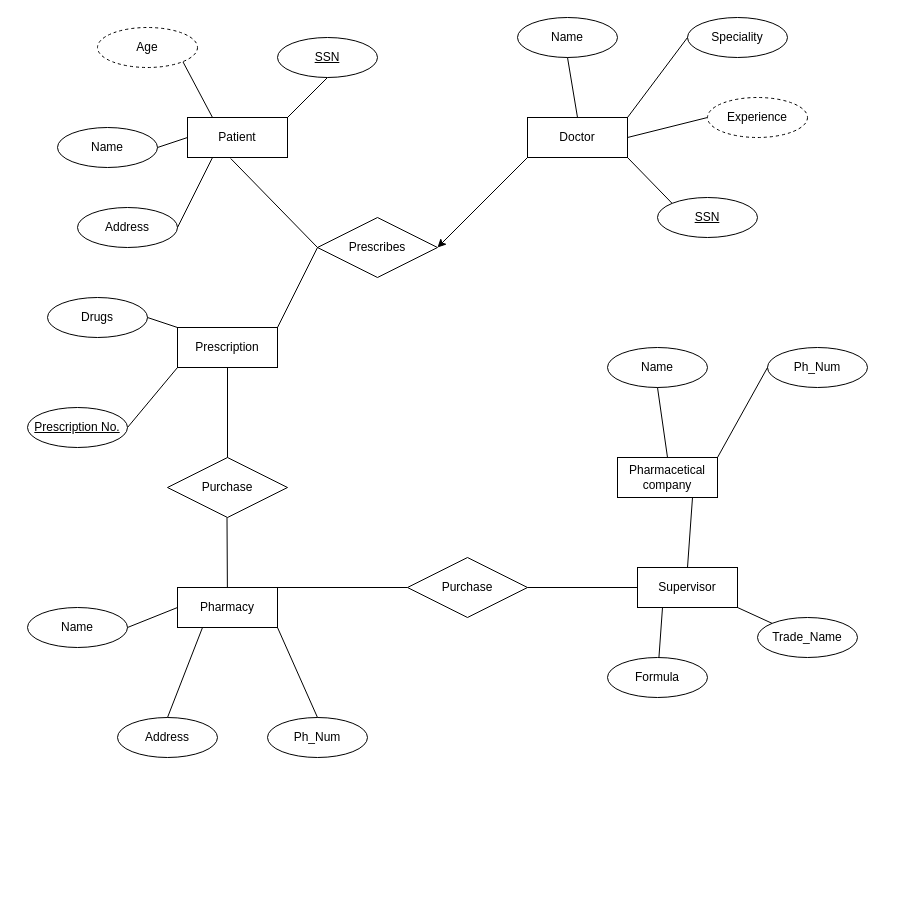
Before: pharmacy.drawio in MuraliMK19/Disp, a draw.io diagram. Source tidied: cells renumbered, new cells numbered last; positions are measured from the earlier drawing's top-left corner, leaving out a move shared by most shapes. Both pictures are drawn from the tidied source at 100%, with x=0, y=0 at pixel (27, 17).
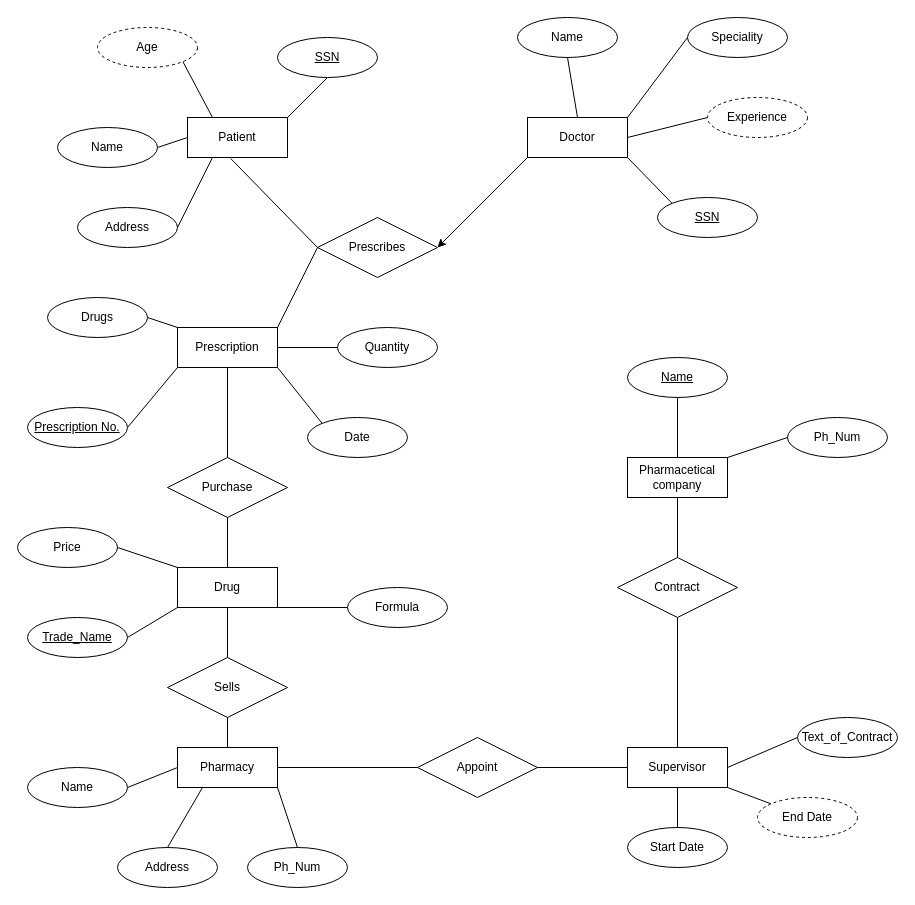
The same page after the edit.

Unchanged cells that the change refers to:
```xml
<mxCell id="7" value="Prescription" style="whiteSpace=wrap;html=1;align=center;" parent="1" vertex="1">
  <mxGeometry x="150" y="310" width="100" height="40" as="geometry" />
</mxCell>
<mxCell id="11" value="Purchase" style="shape=rhombus;perimeter=rhombusPerimeter;whiteSpace=wrap;html=1;align=center;" parent="1" vertex="1">
  <mxGeometry x="140" y="440" width="120" height="60" as="geometry" />
</mxCell>
```

Change to the diagram source:
```diff
@@
     <mxCell id="2" value="Supervisor" style="whiteSpace=wrap;html=1;align=center;" parent="1" vertex="1">
-      <mxGeometry x="610" y="550" width="100" height="40" as="geometry" />
+      <mxGeometry x="600" y="730" width="100" height="40" as="geometry" />
     </mxCell>
@@
     <mxCell id="4" value="Pharmacetical company" style="whiteSpace=wrap;html=1;align=center;" parent="1" vertex="1">
-      <mxGeometry x="590" y="440" width="100" height="40" as="geometry" />
+      <mxGeometry x="600" y="440" width="100" height="40" as="geometry" />
     </mxCell>
@@
     <mxCell id="6" value="Pharmacy" style="whiteSpace=wrap;html=1;align=center;" parent="1" vertex="1">
-      <mxGeometry x="150" y="570" width="100" height="40" as="geometry" />
+      <mxGeometry x="150" y="730" width="100" height="40" as="geometry" />
     </mxCell>
@@
-    <mxCell id="13" style="endArrow=none;html=1;rounded=0;exitX=0.5;exitY=1;exitDx=0;exitDy=0;" parent="1" edge="1" target="6">
+    <mxCell id="13" style="endArrow=none;html=1;rounded=0;entryX=0.5;entryY=0;entryDx=0;entryDy=0;" parent="1" edge="1" target="58">
       <mxGeometry relative="1" as="geometry">
-        <mxPoint x="199.5" y="500" as="sourcePoint" />
+        <mxPoint x="200" y="580" as="sourcePoint" />
       </mxGeometry>
     </mxCell>
@@
-    <mxCell id="15" value="Purchase" style="shape=rhombus;perimeter=rhombusPerimeter;whiteSpace=wrap;html=1;align=center;" parent="1" vertex="1">
-      <mxGeometry x="380" y="540" width="120" height="60" as="geometry" />
+    <mxCell id="15" value="Appoint" style="shape=rhombus;perimeter=rhombusPerimeter;whiteSpace=wrap;html=1;align=center;" parent="1" vertex="1">
+      <mxGeometry x="390" y="720" width="120" height="60" as="geometry" />
     </mxCell>
-    <mxCell id="16" style="endArrow=none;html=1;rounded=0;entryX=0;entryY=0.5;entryDx=0;entryDy=0;" parent="1" edge="1" target="15">
-      <mxGeometry relative="1" as="geometry">
-        <mxPoint x="250" y="570" as="sourcePoint" />
-      </mxGeometry>
+    <mxCell id="16" style="endArrow=none;html=1;rounded=0;entryX=0;entryY=0.5;entryDx=0;entryDy=0;exitX=1;exitY=0.5;exitDx=0;exitDy=0;" parent="1" edge="1" source="6" target="15">
+      <mxGeometry relative="1" as="geometry" />
     </mxCell>
@@
-    <mxCell id="18" style="endArrow=none;html=1;rounded=0;entryX=0.5;entryY=0;entryDx=0;entryDy=0;exitX=0.75;exitY=1;exitDx=0;exitDy=0;" parent="1" edge="1" source="4" target="2">
+    <mxCell id="18" style="endArrow=none;html=1;rounded=0;entryX=0.5;entryY=0;entryDx=0;entryDy=0;exitX=0.5;exitY=1;exitDx=0;exitDy=0;" parent="1" edge="1" source="53" target="2">
       <mxGeometry relative="1" as="geometry" />
     </mxCell>
@@
-    <mxCell id="22" value="Name" style="ellipse;whiteSpace=wrap;html=1;align=center;" parent="1" vertex="1">
-      <mxGeometry x="580" y="330" width="100" height="40" as="geometry" />
-    </mxCell>
     <mxCell id="23" value="Address" style="ellipse;whiteSpace=wrap;html=1;align=center;" parent="1" vertex="1">
-      <mxGeometry x="90" y="700" width="100" height="40" as="geometry" />
+      <mxGeometry x="90" y="830" width="100" height="40" as="geometry" />
     </mxCell>
     <mxCell id="24" value="Name" style="ellipse;whiteSpace=wrap;html=1;align=center;" parent="1" vertex="1">
-      <mxGeometry y="590" width="100" height="40" as="geometry" />
+      <mxGeometry y="750" width="100" height="40" as="geometry" />
     </mxCell>
     <mxCell id="25" value="Ph_Num" style="ellipse;whiteSpace=wrap;html=1;align=center;" parent="1" vertex="1">
-      <mxGeometry x="740" y="330" width="100" height="40" as="geometry" />
+      <mxGeometry x="760" y="400" width="100" height="40" as="geometry" />
     </mxCell>
-    <mxCell id="26" value="Trade_Name" style="ellipse;whiteSpace=wrap;html=1;align=center;" parent="1" vertex="1">
-      <mxGeometry x="730" y="600" width="100" height="40" as="geometry" />
+    <mxCell id="26" value="Text_of_Contract" style="ellipse;whiteSpace=wrap;html=1;align=center;" parent="1" vertex="1">
+      <mxGeometry x="770" y="700" width="100" height="40" as="geometry" />
     </mxCell>
-    <mxCell id="27" value="Formula" style="ellipse;whiteSpace=wrap;html=1;align=center;" parent="1" vertex="1">
-      <mxGeometry x="580" y="640" width="100" height="40" as="geometry" />
+    <mxCell id="27" value="Start Date" style="ellipse;whiteSpace=wrap;html=1;align=center;" parent="1" vertex="1">
+      <mxGeometry x="600" y="810" width="100" height="40" as="geometry" />
     </mxCell>
@@
-    <mxCell id="46" style="endArrow=none;html=1;rounded=0;exitX=0;exitY=0;exitDx=0;exitDy=0;entryX=1;entryY=1;entryDx=0;entryDy=0;" parent="1" edge="1" source="26" target="2">
+    <mxCell id="46" style="endArrow=none;html=1;rounded=0;exitX=0;exitY=0.5;exitDx=0;exitDy=0;entryX=1;entryY=0.5;entryDx=0;entryDy=0;" parent="1" edge="1" source="26" target="2">
       <mxGeometry relative="1" as="geometry" />
     </mxCell>
-    <mxCell id="47" style="endArrow=none;html=1;rounded=0;entryX=0.25;entryY=1;entryDx=0;entryDy=0;" parent="1" edge="1" source="27" target="2">
+    <mxCell id="47" style="endArrow=none;html=1;rounded=0;entryX=0.5;entryY=1;entryDx=0;entryDy=0;" parent="1" edge="1" source="27" target="2">
       <mxGeometry relative="1" as="geometry" />
     </mxCell>
@@
     <mxCell id="51" value="Ph_Num" style="ellipse;whiteSpace=wrap;html=1;align=center;" parent="1" vertex="1">
-      <mxGeometry x="240" y="700" width="100" height="40" as="geometry" />
+      <mxGeometry x="220" y="830" width="100" height="40" as="geometry" />
     </mxCell>
@@
+    <mxCell id="53" value="Contract" style="shape=rhombus;perimeter=rhombusPerimeter;whiteSpace=wrap;html=1;align=center;" parent="1" vertex="1">
+      <mxGeometry x="590" y="540" width="120" height="60" as="geometry" />
+    </mxCell>
+    <mxCell id="54" style="endArrow=none;html=1;rounded=0;exitX=0.5;exitY=0;exitDx=0;exitDy=0;entryX=0.5;entryY=1;entryDx=0;entryDy=0;" parent="1" edge="1" source="53" target="4">
+      <mxGeometry relative="1" as="geometry" />
+    </mxCell>
+    <mxCell id="55" style="endArrow=none;html=1;rounded=0;entryX=1;entryY=1;entryDx=0;entryDy=0;" parent="1" edge="1" source="56" target="2">
+      <mxGeometry relative="1" as="geometry" />
+    </mxCell>
+    <mxCell id="56" value="End Date" style="ellipse;whiteSpace=wrap;html=1;align=center;dashed=1;" parent="1" vertex="1">
+      <mxGeometry x="730" y="780" width="100" height="40" as="geometry" />
+    </mxCell>
+    <mxCell id="57" value="Drug" style="whiteSpace=wrap;html=1;align=center;" parent="1" vertex="1">
+      <mxGeometry x="150" y="550" width="100" height="40" as="geometry" />
+    </mxCell>
+    <mxCell id="58" value="Sells" style="shape=rhombus;perimeter=rhombusPerimeter;whiteSpace=wrap;html=1;align=center;" parent="1" vertex="1">
+      <mxGeometry x="140" y="640" width="120" height="60" as="geometry" />
+    </mxCell>
+    <mxCell id="59" style="endArrow=none;html=1;rounded=0;entryX=0.5;entryY=0;entryDx=0;entryDy=0;exitX=0.5;exitY=1;exitDx=0;exitDy=0;" parent="1" edge="1" source="58" target="6">
+      <mxGeometry relative="1" as="geometry" />
+    </mxCell>
+    <mxCell id="60" value="Formula" style="ellipse;whiteSpace=wrap;html=1;align=center;" parent="1" vertex="1">
+      <mxGeometry x="320" y="570" width="100" height="40" as="geometry" />
+    </mxCell>
+    <mxCell id="61" value="Price" style="ellipse;whiteSpace=wrap;html=1;align=center;" parent="1" vertex="1">
+      <mxGeometry x="-10" y="510" width="100" height="40" as="geometry" />
+    </mxCell>
+    <mxCell id="62" style="endArrow=none;html=1;rounded=0;entryX=0;entryY=0;entryDx=0;entryDy=0;exitX=1;exitY=0.5;exitDx=0;exitDy=0;" parent="1" edge="1" source="61" target="57">
+      <mxGeometry relative="1" as="geometry" />
+    </mxCell>
+    <mxCell id="63" style="endArrow=none;html=1;rounded=0;entryX=1;entryY=1;entryDx=0;entryDy=0;exitX=0;exitY=0.5;exitDx=0;exitDy=0;" parent="1" edge="1" source="60" target="57">
+      <mxGeometry relative="1" as="geometry" />
+    </mxCell>
+    <mxCell id="64" style="endArrow=none;html=1;rounded=0;entryX=0;entryY=1;entryDx=0;entryDy=0;exitX=1;exitY=0.5;exitDx=0;exitDy=0;" parent="1" edge="1" source="67" target="57">
+      <mxGeometry relative="1" as="geometry" />
+    </mxCell>
+    <mxCell id="65" value="Quantity" style="ellipse;whiteSpace=wrap;html=1;align=center;" parent="1" vertex="1">
+      <mxGeometry x="310" y="310" width="100" height="40" as="geometry" />
+    </mxCell>
+    <mxCell id="66" style="endArrow=none;html=1;rounded=0;exitX=0;exitY=0.5;exitDx=0;exitDy=0;entryX=1;entryY=0.5;entryDx=0;entryDy=0;" parent="1" edge="1" source="65" target="7">
+      <mxGeometry relative="1" as="geometry" />
+    </mxCell>
+    <mxCell id="22" value="Name" style="ellipse;whiteSpace=wrap;html=1;align=center;fontStyle=4;" parent="1" vertex="1">
+      <mxGeometry x="600" y="340" width="100" height="40" as="geometry" />
+    </mxCell>
+    <mxCell id="67" value="Trade_Name" style="ellipse;whiteSpace=wrap;html=1;align=center;fontStyle=4;" parent="1" vertex="1">
+      <mxGeometry y="600" width="100" height="40" as="geometry" />
+    </mxCell>
+    <mxCell id="68" value="Date" style="ellipse;whiteSpace=wrap;html=1;align=center;" parent="1" vertex="1">
+      <mxGeometry x="280" y="400" width="100" height="40" as="geometry" />
+    </mxCell>
+    <mxCell id="69" style="endArrow=none;html=1;rounded=0;exitX=0;exitY=0;exitDx=0;exitDy=0;entryX=1;entryY=1;entryDx=0;entryDy=0;" parent="1" edge="1" source="68" target="7">
+      <mxGeometry relative="1" as="geometry" />
+    </mxCell>
+    <mxCell id="70" style="endArrow=none;html=1;rounded=0;entryX=0.5;entryY=1;entryDx=0;entryDy=0;exitX=0.5;exitY=0;exitDx=0;exitDy=0;" parent="1" edge="1" source="57" target="11">
+      <mxGeometry relative="1" as="geometry" />
+    </mxCell>
```
